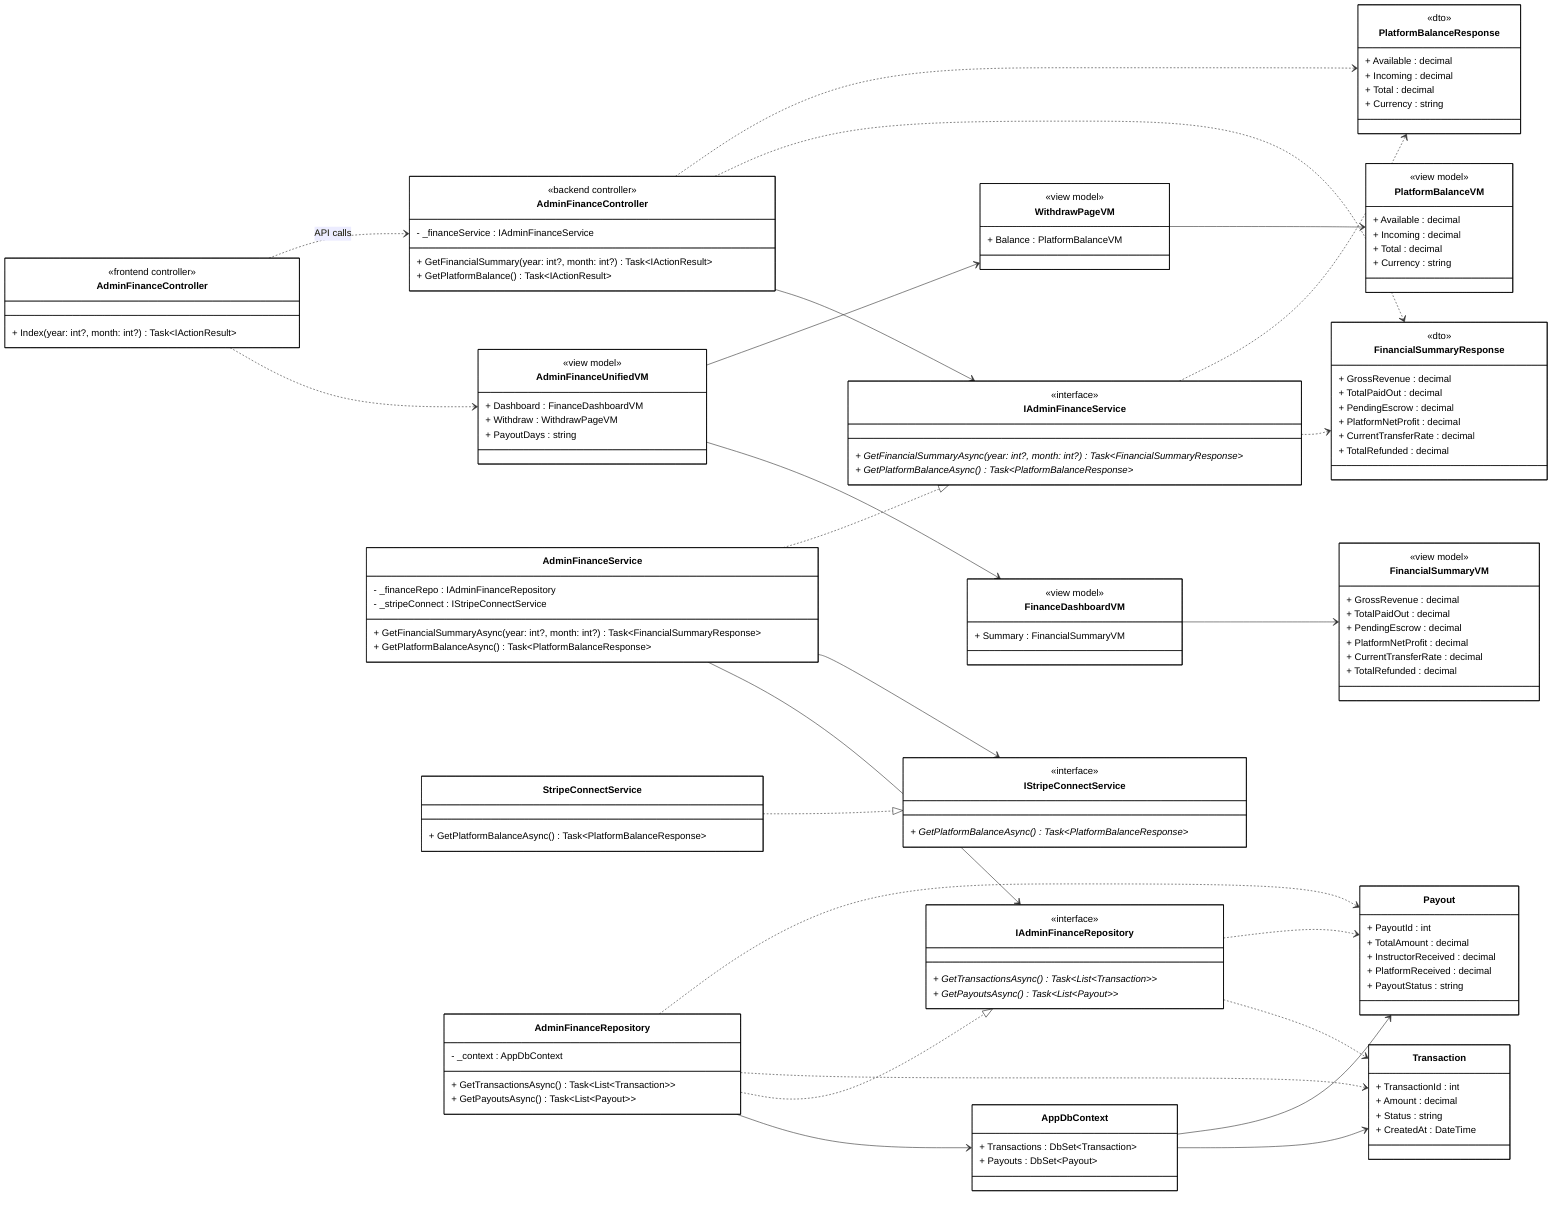
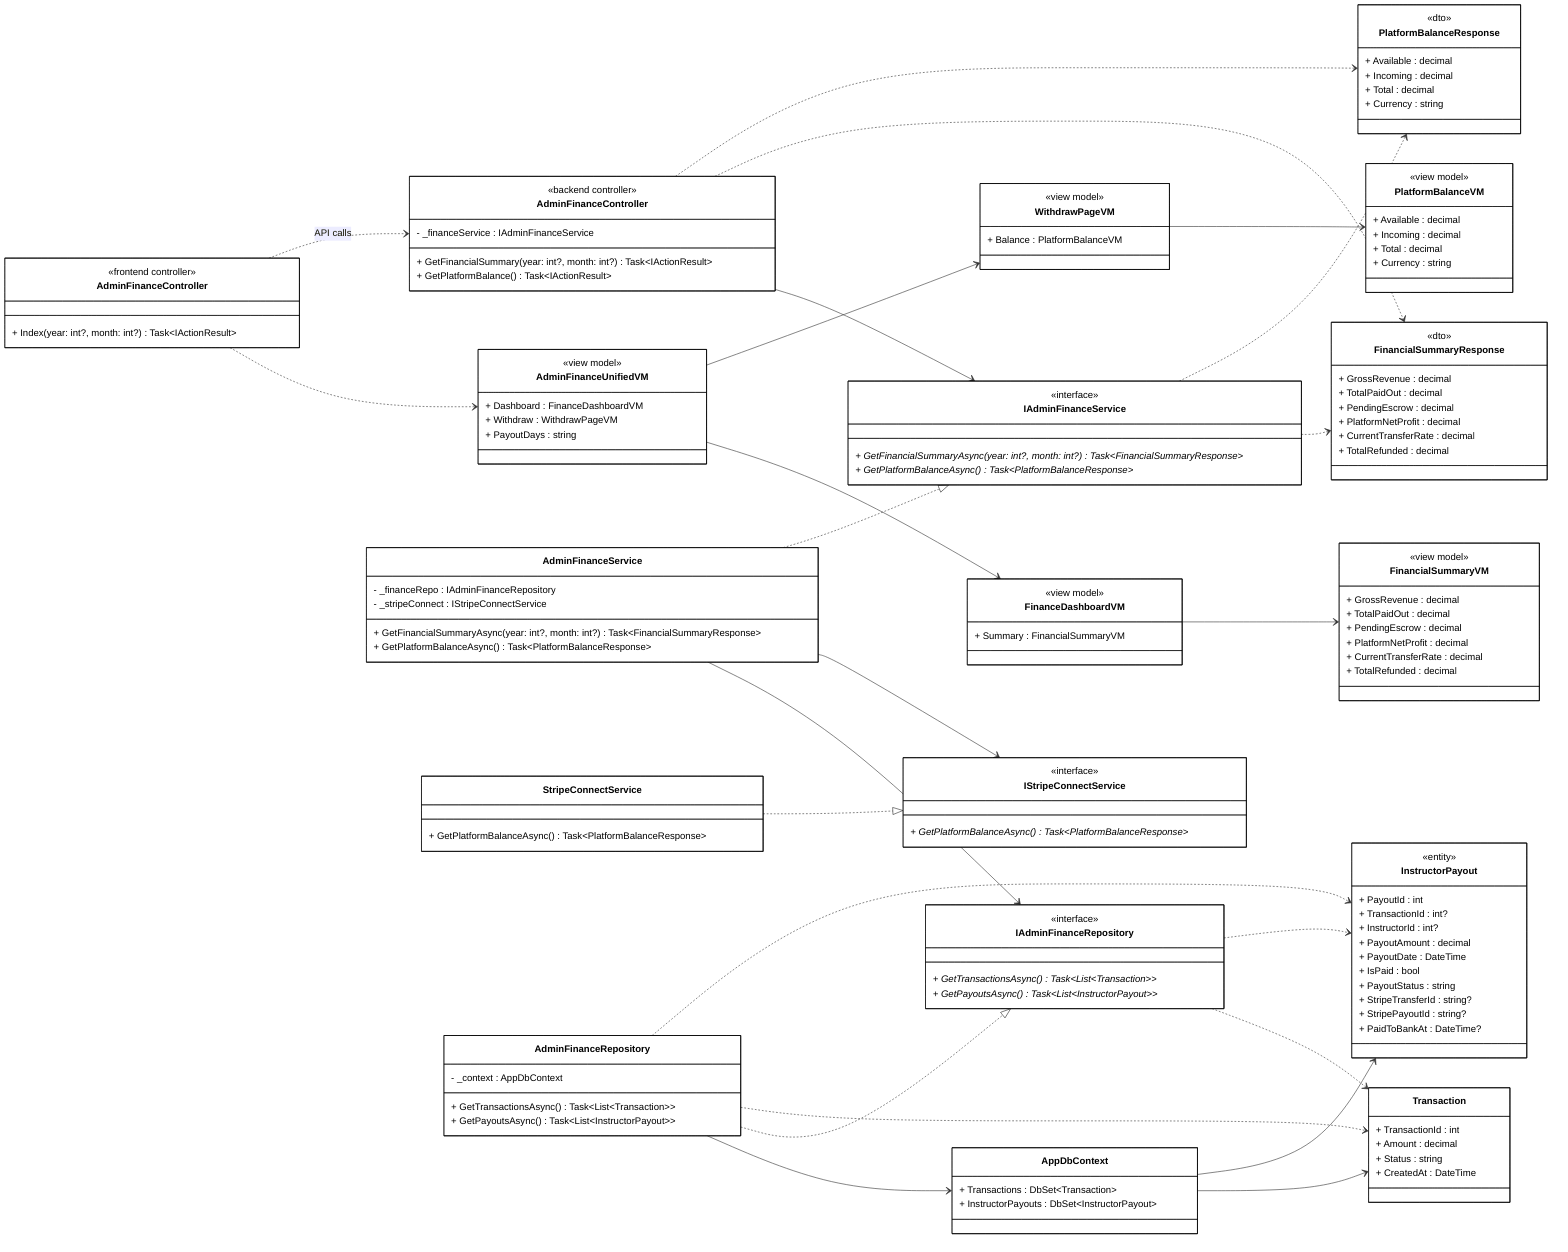
classDiagram-v2
direction LR

%% ==================== FRONTEND ====================

class AdminFinanceControllerFE["AdminFinanceController"] {
    <<frontend controller>>
    + Index(year: int?, month: int?) Task~IActionResult~
}

class AdminFinanceUnifiedVM {
    <<view model>>
    + Dashboard : FinanceDashboardVM
    + Withdraw : WithdrawPageVM
    + PayoutDays : string
}

class FinanceDashboardVM {
    <<view model>>
    + Summary : FinancialSummaryVM
}

class FinancialSummaryVM {
    <<view model>>
    + GrossRevenue : decimal
    + TotalPaidOut : decimal
    + PendingEscrow : decimal
    + PlatformNetProfit : decimal
    + CurrentTransferRate : decimal
    + TotalRefunded : decimal
}

class WithdrawPageVM {
    <<view model>>
    + Balance : PlatformBalanceVM
}

class PlatformBalanceVM {
    <<view model>>
    + Available : decimal
    + Incoming : decimal
    + Total : decimal
    + Currency : string
}

%% ==================== BACKEND - CONTROLLERS ====================

class AdminFinanceControllerBE["AdminFinanceController"] {
    <<backend controller>>
    - _financeService : IAdminFinanceService
    + GetFinancialSummary(year: int?, month: int?) Task~IActionResult~
    + GetPlatformBalance() Task~IActionResult~
}

%% ==================== BACKEND - DTOs ====================

class FinancialSummaryResponse {
    <<dto>>
    + GrossRevenue : decimal
    + TotalPaidOut : decimal
    + PendingEscrow : decimal
    + PlatformNetProfit : decimal
    + CurrentTransferRate : decimal
    + TotalRefunded : decimal
}

class PlatformBalanceResponse {
    <<dto>>
    + Available : decimal
    + Incoming : decimal
    + Total : decimal
    + Currency : string
}

%% ==================== BACKEND - SERVICES ====================

class IAdminFinanceService {
    <<interface>>
    + GetFinancialSummaryAsync(year: int?, month: int?) Task~FinancialSummaryResponse~ *
    + GetPlatformBalanceAsync() Task~PlatformBalanceResponse~ *
}

class AdminFinanceService {
    - _financeRepo : IAdminFinanceRepository
    - _stripeConnect : IStripeConnectService
    + GetFinancialSummaryAsync(year: int?, month: int?) Task~FinancialSummaryResponse~
    + GetPlatformBalanceAsync() Task~PlatformBalanceResponse~
}

class IStripeConnectService {
    <<interface>>
    + GetPlatformBalanceAsync() Task~PlatformBalanceResponse~ *
}

class StripeConnectService {
    + GetPlatformBalanceAsync() Task~PlatformBalanceResponse~
}

%% ==================== BACKEND - REPOSITORIES ====================

class IAdminFinanceRepository {
    <<interface>>
    + GetTransactionsAsync() Task~List~Transaction~~ *
-     + GetPayoutsAsync() Task~List~Payout~~ *
+     + GetPayoutsAsync() Task~List~InstructorPayout~~ *
}

class AdminFinanceRepository {
    - _context : AppDbContext
    + GetTransactionsAsync() Task~List~Transaction~~
-     + GetPayoutsAsync() Task~List~Payout~~
+     + GetPayoutsAsync() Task~List~InstructorPayout~~
}

%% ==================== BACKEND - DB CONTEXT ====================

class AppDbContext {
    + Transactions : DbSet~Transaction~
-     + Payouts : DbSet~Payout~
+     + InstructorPayouts : DbSet~InstructorPayout~
}

%% ==================== BACKEND - ENTITIES ====================

class Transaction {
    + TransactionId : int
    + Amount : decimal
    + Status : string
    + CreatedAt : DateTime
}

- class Payout {
+ class InstructorPayout {
+     <<entity>>
    + PayoutId : int
-     + TotalAmount : decimal
-     + InstructorReceived : decimal
-     + PlatformReceived : decimal
+     + TransactionId : int?
+     + InstructorId : int?
+     + PayoutAmount : decimal
+     + PayoutDate : DateTime
+     + IsPaid : bool
    + PayoutStatus : string
+     + StripeTransferId : string?
+     + StripePayoutId : string?
+     + PaidToBankAt : DateTime?
}

%% ==================== RELATIONSHIPS ====================

%% === UNIDIRECTIONAL ASSOCIATION ===
AdminFinanceUnifiedVM --> FinanceDashboardVM
AdminFinanceUnifiedVM --> WithdrawPageVM
FinanceDashboardVM --> FinancialSummaryVM
WithdrawPageVM --> PlatformBalanceVM

AdminFinanceControllerBE --> IAdminFinanceService
AdminFinanceService --> IAdminFinanceRepository
AdminFinanceService --> IStripeConnectService
AdminFinanceRepository --> AppDbContext
AppDbContext --> Transaction
- AppDbContext --> Payout
+ AppDbContext --> InstructorPayout

%% === REALIZATION ===
AdminFinanceService ..|> IAdminFinanceService
AdminFinanceRepository ..|> IAdminFinanceRepository
StripeConnectService ..|> IStripeConnectService

%% === DEPENDENCY ===
AdminFinanceControllerFE ..> AdminFinanceUnifiedVM
AdminFinanceControllerFE ..> AdminFinanceControllerBE : API calls
AdminFinanceControllerBE ..> FinancialSummaryResponse
AdminFinanceControllerBE ..> PlatformBalanceResponse
IAdminFinanceService ..> FinancialSummaryResponse
IAdminFinanceService ..> PlatformBalanceResponse
IAdminFinanceRepository ..> Transaction
- IAdminFinanceRepository ..> Payout
+ IAdminFinanceRepository ..> InstructorPayout
AdminFinanceRepository ..> Transaction
- AdminFinanceRepository ..> Payout
+ AdminFinanceRepository ..> InstructorPayout

%% ==================== STYLES ====================
classDef default fill:#FFFFFF,stroke:#000000,stroke-width:1px,color:#000000
+ 
+ %% ==================== LINKS ====================
+ click AdminFinanceControllerFE href "file:///c:/Users/binh4/source/repos/Linked/CourseMarketplaceFE/CourseMarketplaceFE/Controllers/AdminFinanceController.cs"
+ click AdminFinanceUnifiedVM href "file:///c:/Users/binh4/source/repos/Linked/CourseMarketplaceFE/CourseMarketplaceFE/Models/AdminFinanceViewModels.cs"
+ click FinanceDashboardVM href "file:///c:/Users/binh4/source/repos/Linked/CourseMarketplaceFE/CourseMarketplaceFE/Models/AdminFinanceViewModels.cs"
+ click FinancialSummaryVM href "file:///c:/Users/binh4/source/repos/Linked/CourseMarketplaceFE/CourseMarketplaceFE/Models/AdminFinanceViewModels.cs"
+ click WithdrawPageVM href "file:///c:/Users/binh4/source/repos/Linked/CourseMarketplaceFE/CourseMarketplaceFE/Models/AdminFinanceViewModels.cs"
+ click PlatformBalanceVM href "file:///c:/Users/binh4/source/repos/Linked/CourseMarketplaceFE/CourseMarketplaceFE/Models/AdminFinanceViewModels.cs"
+ click AdminFinanceControllerBE href "file:///c:/Users/binh4/source/repos/Linked/CourseMarketplaceBE/CourseMarketplaceBE/Presentation/Controllers/AdminFinanceController.cs"
+ click FinancialSummaryResponse href "file:///c:/Users/binh4/source/repos/Linked/CourseMarketplaceBE/CourseMarketplaceBE/Application/DTOs/AdminFinanceDTOs.cs"
+ click PlatformBalanceResponse href "file:///c:/Users/binh4/source/repos/Linked/CourseMarketplaceBE/CourseMarketplaceBE/Application/DTOs/AdminFinanceDTOs.cs"
+ click IAdminFinanceService href "file:///c:/Users/binh4/source/repos/Linked/CourseMarketplaceBE/CourseMarketplaceBE/Application/IServices/IAdminFinanceService.cs"
+ click AdminFinanceService href "file:///c:/Users/binh4/source/repos/Linked/CourseMarketplaceBE/CourseMarketplaceBE/Application/Services/AdminFinanceService.cs"
+ click IStripeConnectService href "file:///c:/Users/binh4/source/repos/Linked/CourseMarketplaceBE/CourseMarketplaceBE/Application/IServices/IStripeConnectService.cs"
+ click StripeConnectService href "file:///c:/Users/binh4/source/repos/Linked/CourseMarketplaceBE/CourseMarketplaceBE/Infrastructure/Services/StripeConnectService.cs"
+ click IAdminFinanceRepository href "file:///c:/Users/binh4/source/repos/Linked/CourseMarketplaceBE/CourseMarketplaceBE/Domain/IRepositories/IAdminFinanceRepository.cs"
+ click AdminFinanceRepository href "file:///c:/Users/binh4/source/repos/Linked/CourseMarketplaceBE/CourseMarketplaceBE/Infrastructure/Repositories/AdminFinanceRepository.cs"
+ click AppDbContext href "file:///c:/Users/binh4/source/repos/Linked/CourseMarketplaceBE/CourseMarketplaceBE/Infrastructure/Data/AppDbContext.cs"
+ click Transaction href "file:///c:/Users/binh4/source/repos/Linked/CourseMarketplaceBE/CourseMarketplaceBE/Domain/Entities/Transaction.cs"
+ click InstructorPayout href "file:///c:/Users/binh4/source/repos/Linked/CourseMarketplaceBE/CourseMarketplaceBE/Domain/Entities/InstructorPayout.cs"
